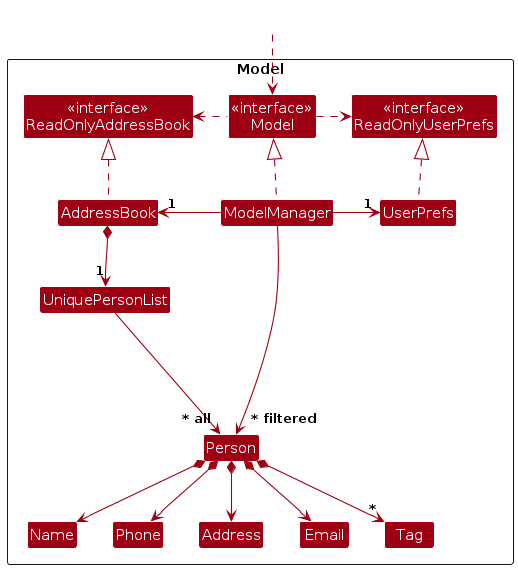
The PlantUML diagram diagrams/ModelClassDiagram.png in AY2627S1-CS2103T-T12-2/tp, before a commit. Its source is kept beside it as diagrams/ModelClassDiagram.puml.
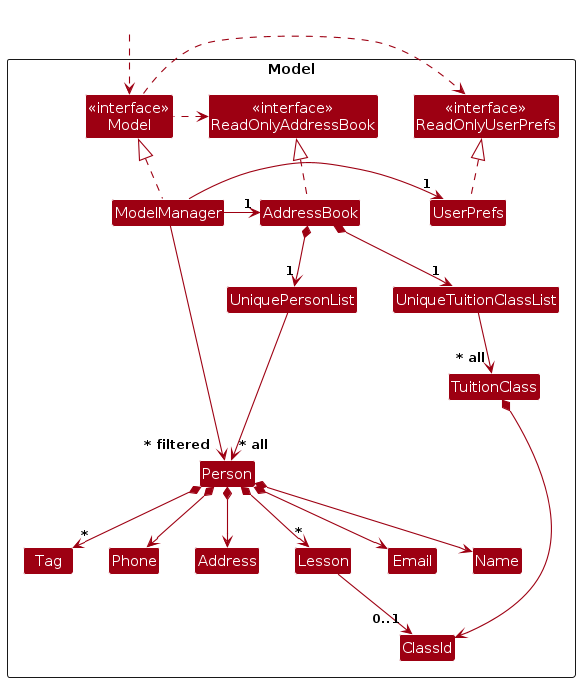
After the change.

Change to the diagram source:
```diff
@@ -13,7 +13,11 @@
 Class UserPrefs
 
 Class UniquePersonList
+Class UniqueTuitionClassList
 Class Person
+Class TuitionClass
+Class Lesson
+Class ClassId
 Class Address
 Class Email
 Class Name
@@ -36,12 +40,17 @@
 UserPrefs .up.|> ReadOnlyUserPrefs
 
 AddressBook *--> "1" UniquePersonList
+AddressBook *--> "1" UniqueTuitionClassList
 UniquePersonList --> "~* all" Person
+UniqueTuitionClassList --> "~* all" TuitionClass
 Person *--> Name
 Person *--> Phone
 Person *--> Email
 Person *--> Address
 Person *--> "*" Tag
+Person *--> "*" Lesson
+TuitionClass *--> ClassId
+Lesson --> "0..1" ClassId
 
 Person -[hidden]up--> I
 UniquePersonList -[hidden]right-> I
```
